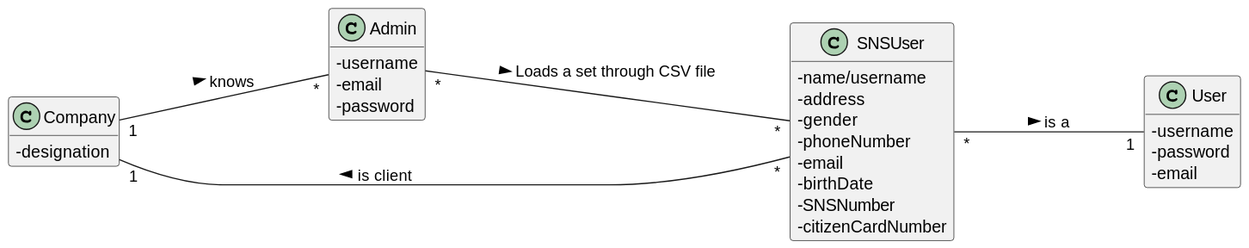
The PlantUML diagram docs/SprintC/US/US14/US014_MD.svg in PedroMesquita1211171/VaccinationManager, before a commit.
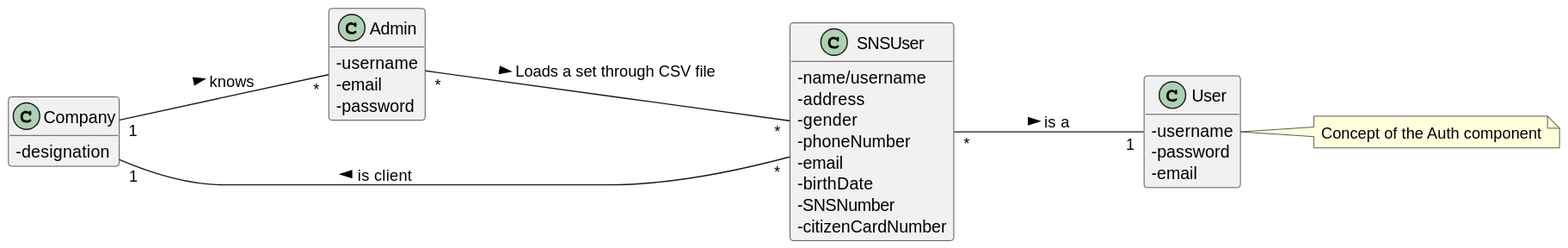
The same diagram one commit later.

The edit, as a diff of the source:
```diff
@@ -31,10 +31,13 @@
 -email
 }
 
+note "Concept of the Auth component" as N1
+
 SNSUser "*"---"1" Company : is client >
 Company "1"---"*" Admin : knows >
 Admin "*"---"*" SNSUser : Loads a set through CSV file >
 SNSUser "*"---"1" User : is a >
+User .. N1
 
 
 
```
